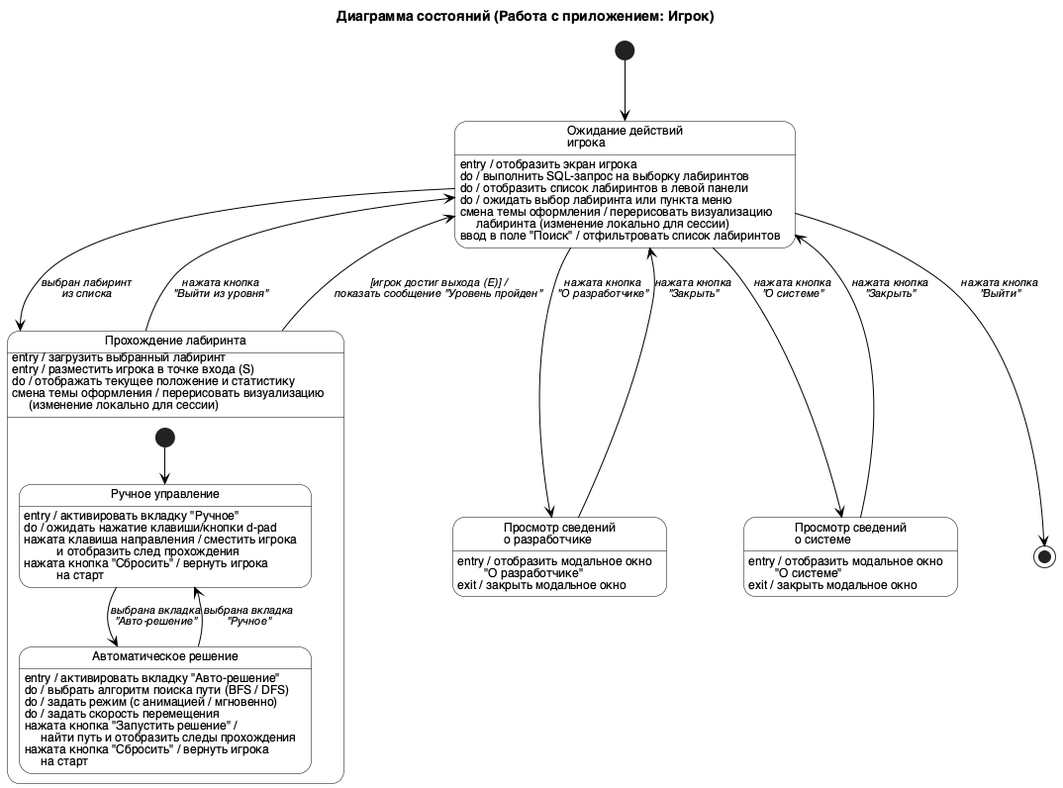
Before: state-player.png, a diagram exported from PlantUML (ozcnii/software-engineering).
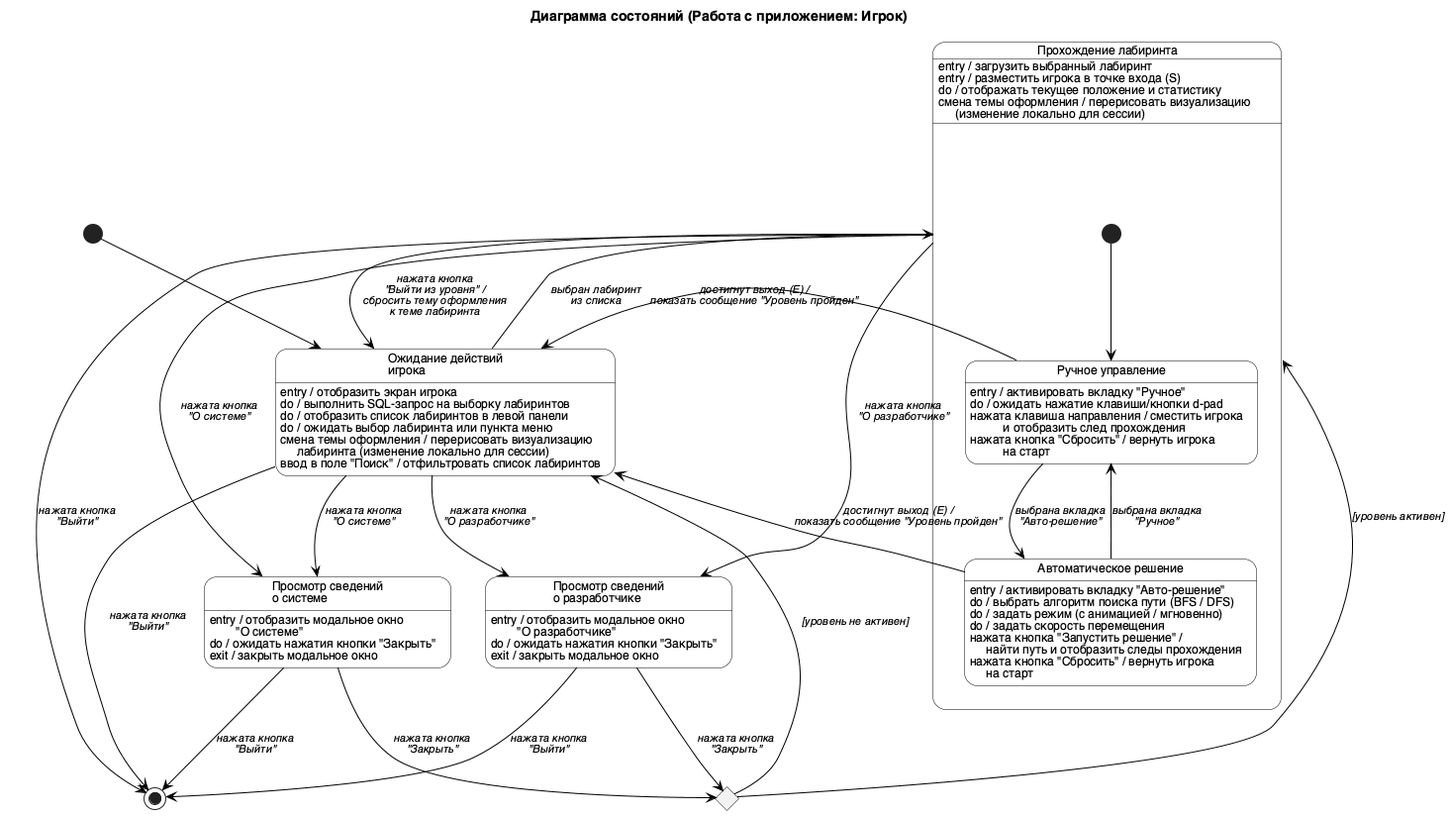
After the change.

Commit message:
Уточнить UML state/use-case и синхронизировать UI удаления

Diff of the diagram source:
```diff
@@ -52,24 +52,37 @@
 
 state "Просмотр сведений\nо разработчике" as Разработчик {
   Разработчик : entry / отобразить модальное окно\n        "О разработчике"
+  Разработчик : do / ожидать нажатия кнопки "Закрыть"
   Разработчик : exit / закрыть модальное окно
 }
 
 state "Просмотр сведений\nо системе" as Система {
   Система : entry / отобразить модальное окно\n        "О системе"
+  Система : do / ожидать нажатия кнопки "Закрыть"
   Система : exit / закрыть модальное окно
 }
 
+state ВозвратИзМодальногоОкна <<choice>>
+
 Ожидание --> Прохождение : выбран лабиринт\nиз списка
-Прохождение --> Ожидание : нажата кнопка\n"Выйти из уровня"
-Прохождение --> Ожидание : [игрок достиг выхода (E)] /\nпоказать сообщение "Уровень пройден"
+Прохождение --> Ожидание : нажата кнопка\n"Выйти из уровня" /\nсбросить тему оформления\nк теме лабиринта
+РучноеУправление --> Ожидание : достигнут выход (E) /\nпоказать сообщение "Уровень пройден"
+АвтоРешение --> Ожидание : достигнут выход (E) /\nпоказать сообщение "Уровень пройден"
 
 Ожидание --> Разработчик : нажата кнопка\n"О разработчике"
-Разработчик --> Ожидание : нажата кнопка\n"Закрыть"
+Прохождение --> Разработчик : нажата кнопка\n"О разработчике"
+Разработчик --> ВозвратИзМодальногоОкна : нажата кнопка\n"Закрыть"
 
 Ожидание --> Система : нажата кнопка\n"О системе"
-Система --> Ожидание : нажата кнопка\n"Закрыть"
+Прохождение --> Система : нажата кнопка\n"О системе"
+Система --> ВозвратИзМодальногоОкна : нажата кнопка\n"Закрыть"
+
+ВозвратИзМодальногоОкна --> Прохождение : [уровень активен]
+ВозвратИзМодальногоОкна --> Ожидание : [уровень не активен]
 
 Ожидание --> [*] : нажата кнопка\n"Выйти"
+Прохождение --> [*] : нажата кнопка\n"Выйти"
+Разработчик --> [*] : нажата кнопка\n"Выйти"
+Система --> [*] : нажата кнопка\n"Выйти"
 
 @enduml
```
